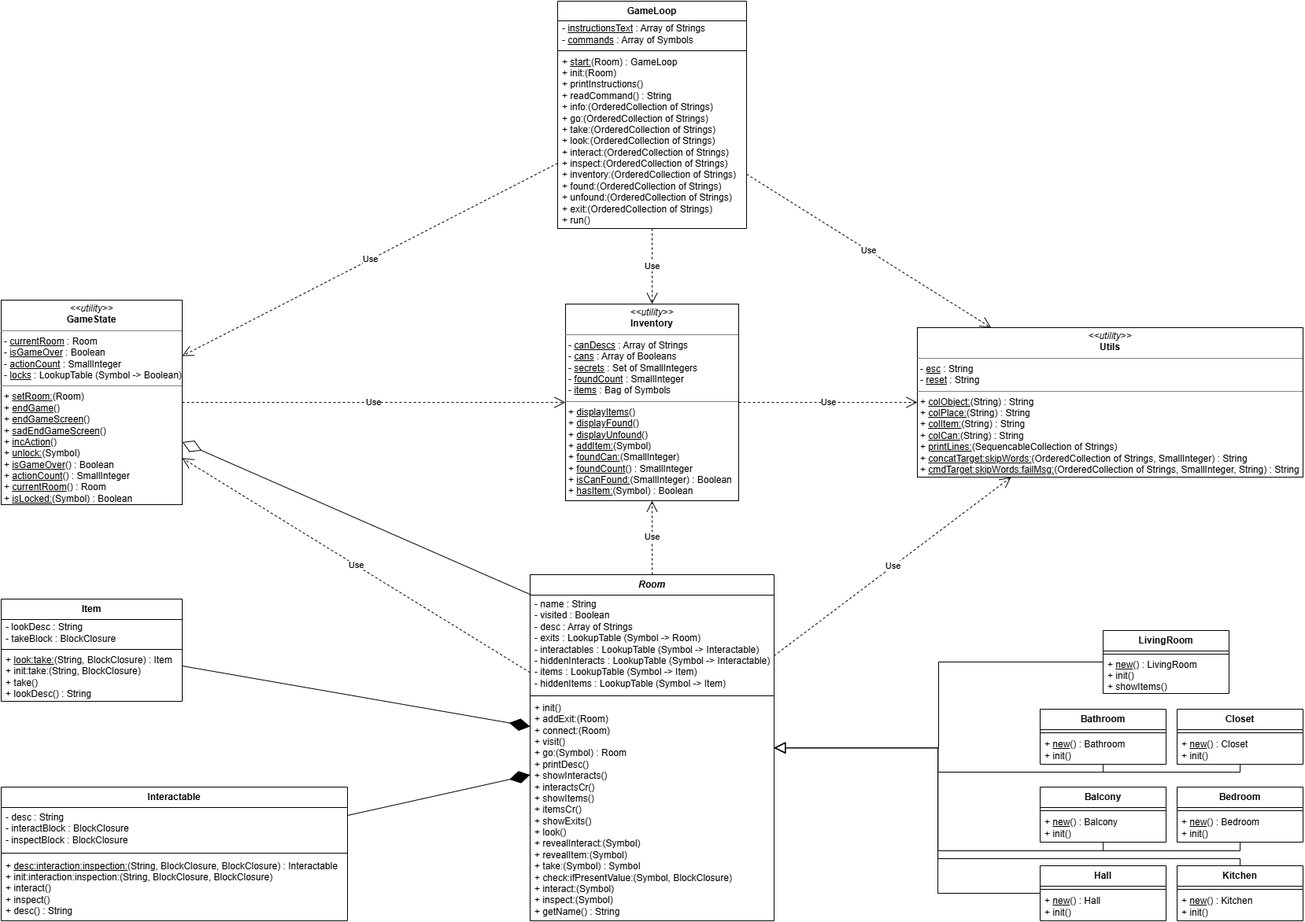
Before: PARP_Diagram_Klas.png, a diagram exported from draw.io (Silent-Desktop/PARP26L-text-adventure). Source tidied: cells renumbered, new cells last; positions are measured from the earlier drawing's top-left corner, leaving out a move shared by most shapes.
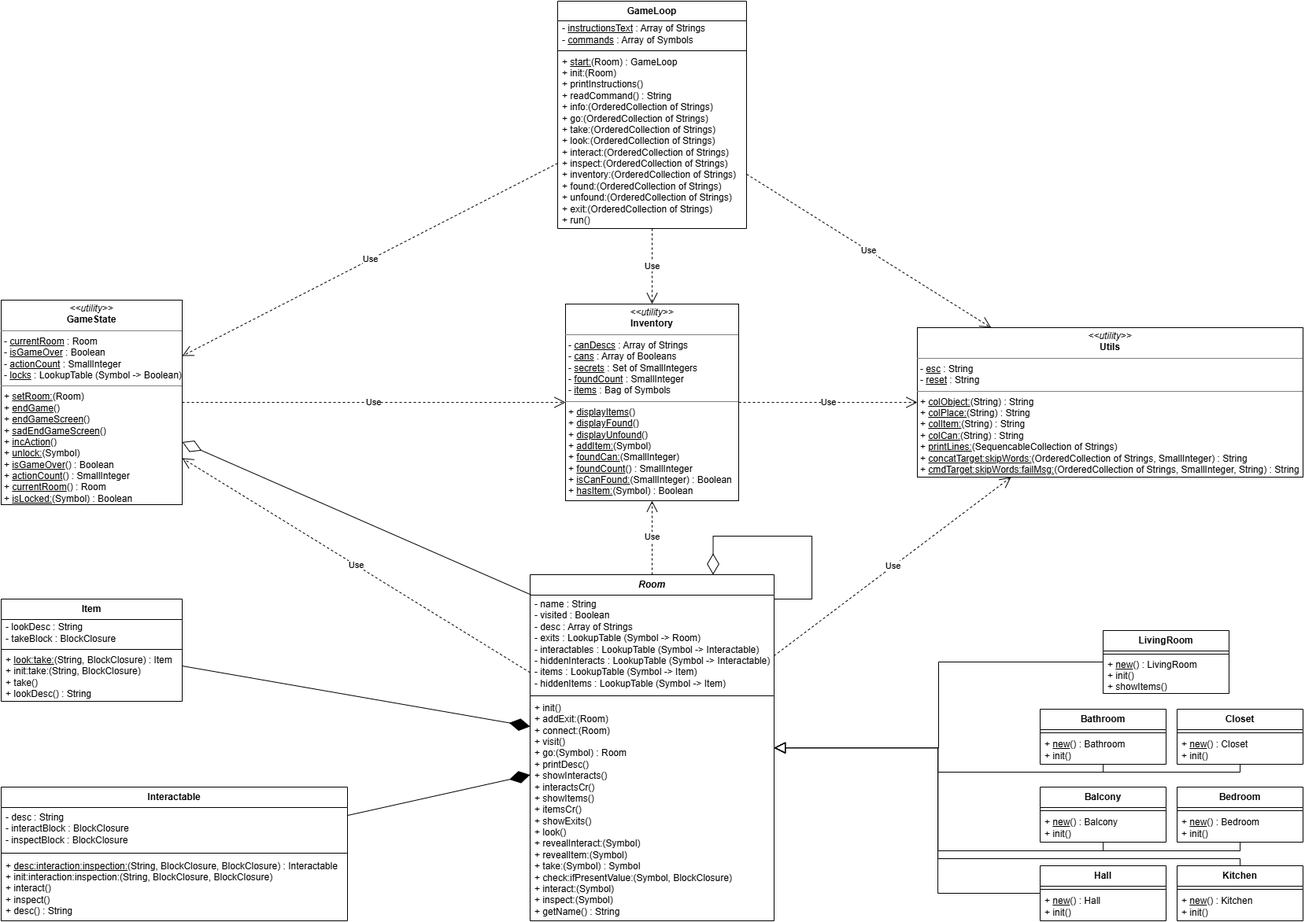
After the change.

Diff of the diagram source:
```diff
@@ -59,6 +59,15 @@
     <mxCell id="20" value="+ init()&lt;div&gt;+ addExit:(Room)&lt;/div&gt;&lt;div&gt;+ connect:(Room)&lt;/div&gt;&lt;div&gt;+ visit()&lt;/div&gt;&lt;div&gt;+ go:(Symbol) : Room&lt;/div&gt;&lt;div&gt;+ printDesc()&lt;/div&gt;&lt;div&gt;+ showInteracts()&lt;/div&gt;&lt;div&gt;+ interactsCr()&lt;/div&gt;&lt;div&gt;+ showItems()&lt;/div&gt;&lt;div&gt;+ itemsCr()&lt;/div&gt;&lt;div&gt;+ showExits()&lt;/div&gt;&lt;div&gt;+ look()&lt;/div&gt;&lt;div&gt;+ revealInteract:(Symbol)&lt;/div&gt;&lt;div&gt;+ revealItem:(Symbol)&lt;/div&gt;&lt;div&gt;+ take:(Symbol) : Symbol&lt;/div&gt;&lt;div&gt;+ check:ifPresentValue:(Symbol, BlockClosure)&lt;/div&gt;&lt;div&gt;+ interact:(Symbol)&lt;/div&gt;&lt;div&gt;+ inspect:(Symbol)&lt;/div&gt;&lt;div&gt;+ getName() : String&lt;/div&gt;" style="text;strokeColor=none;fillColor=none;align=left;verticalAlign=middle;spacingLeft=4;spacingRight=4;overflow=hidden;whiteSpace=wrap;html=1;" parent="17" vertex="1">
       <mxGeometry y="158" width="310" height="282" as="geometry" />
     </mxCell>
+    <mxCell id="60" style="endArrow=diamondThin;endFill=0;endSize=24;html=1;rounded=0;edgeStyle=orthogonalEdgeStyle;entryX=0.75;entryY=0;entryDx=0;entryDy=0;" parent="17" edge="1" source="18" target="17">
+      <mxGeometry relative="1" as="geometry">
+        <Array as="points">
+          <mxPoint x="358" y="31" />
+          <mxPoint x="358" y="-49" />
+          <mxPoint x="233" y="-49" />
+        </Array>
+      </mxGeometry>
+    </mxCell>
     <mxCell id="21" value="Balcony" style="swimlane;fontStyle=1;align=center;verticalAlign=middle;horizontal=1;startSize=26;whiteSpace=wrap;html=1;" parent="1" vertex="1">
       <mxGeometry x="1320" y="999" width="160" height="70" as="geometry" />
     </mxCell>
```
